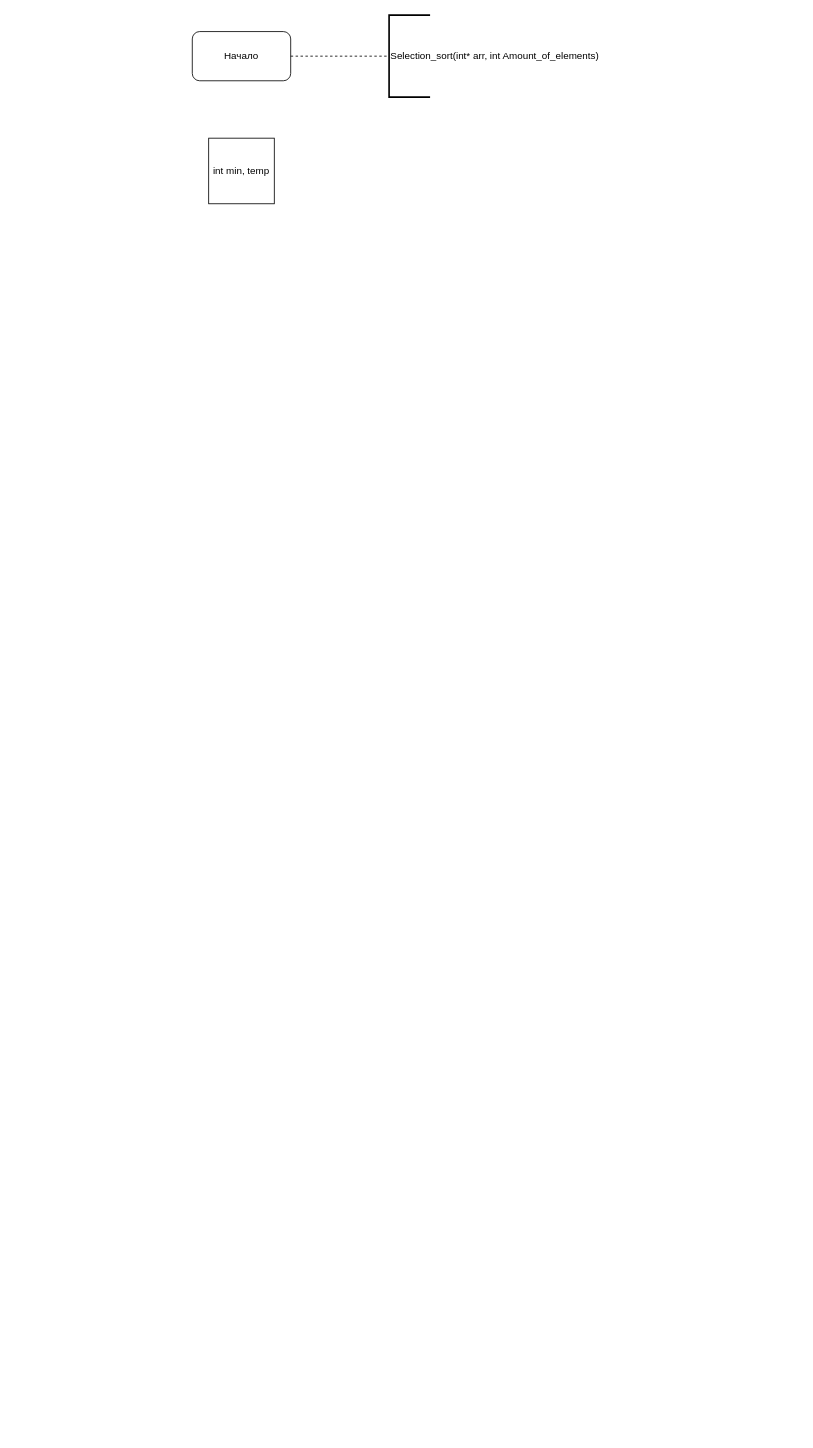
The draw.io diagram Untitled Diagram.drawio in khanhbg339/Logic_Thuat_toan, before the edit. Source tidied: cells renumbered, new cells numbered last; positions are measured from the earlier drawing's top-left corner, leaving out a move shared by most shapes. Both pictures are drawn from the tidied source at 82%, with x=0, y=0 at pixel (192, 15).
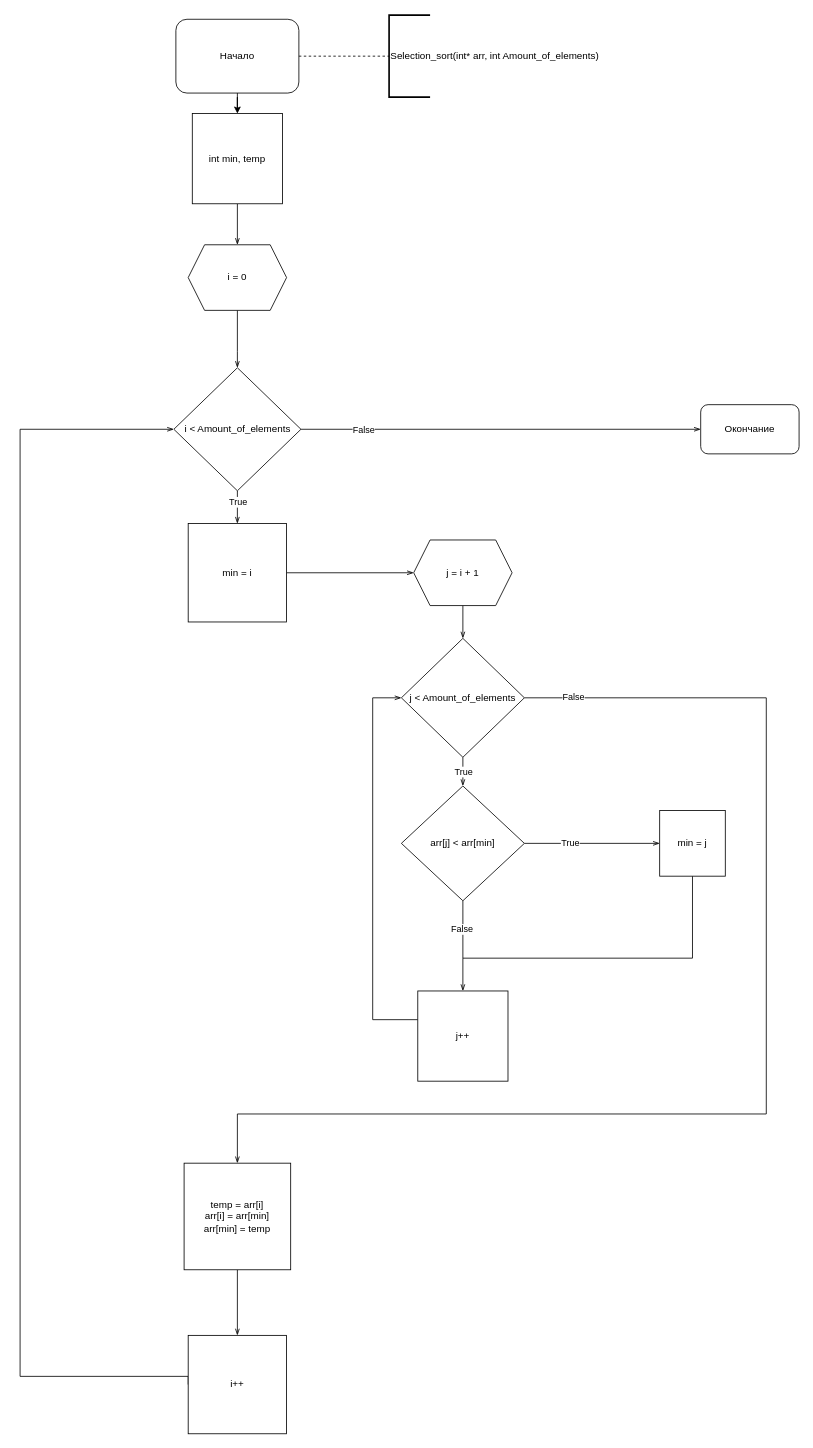
After the change.

What changed in the source:
```diff
@@
+    <mxCell id="6" style="edgeStyle=orthogonalEdgeStyle;rounded=0;jettySize=auto;html=1;" parent="1" edge="1" source="2" target="5">
+      <mxGeometry relative="1" as="geometry" />
+    </mxCell>
     <mxCell id="2" value="Начало" style="rounded=1;whiteSpace=wrap;html=1;" parent="1" vertex="1">
-      <mxGeometry y="20" width="120" height="60" as="geometry" />
+      <mxGeometry x="-20" y="5" width="150" height="90" as="geometry" />
     </mxCell>
@@
+    <mxCell id="7" style="edgeStyle=orthogonalEdgeStyle;rounded=0;jettySize=auto;html=1;exitX=0.5;exitY=1;exitDx=0;exitDy=0;entryX=0.5;entryY=0;entryDx=0;entryDy=0;endArrow=openThin;endFill=0;" parent="1" edge="1" source="5" target="18">
+      <mxGeometry relative="1" as="geometry" />
+    </mxCell>
     <mxCell id="5" value="int min, temp" style="whiteSpace=wrap;html=1;" parent="1" vertex="1">
-      <mxGeometry x="20" y="150" width="80" height="80" as="geometry" />
+      <mxGeometry y="120" width="110" height="110" as="geometry" />
     </mxCell>
+    <mxCell id="8" style="edgeStyle=orthogonalEdgeStyle;rounded=0;jettySize=auto;html=1;exitX=1;exitY=0.5;exitDx=0;exitDy=0;startArrow=none;startFill=0;endArrow=openThin;endFill=0;" parent="1" edge="1" source="12" target="37">
+      <mxGeometry relative="1" as="geometry" />
+    </mxCell>
+    <mxCell id="9" value="False" style="edgeLabel;html=1;align=center;verticalAlign=middle;" parent="8" vertex="1">
+      <mxGeometry x="-0.71" y="-3" relative="1" as="geometry">
+        <mxPoint x="5" y="-3" as="offset" />
+      </mxGeometry>
+    </mxCell>
+    <mxCell id="10" style="edgeStyle=orthogonalEdgeStyle;rounded=0;jettySize=auto;html=1;startArrow=none;startFill=0;endArrow=openThin;endFill=0;" parent="1" edge="1" source="12" target="14">
+      <mxGeometry relative="1" as="geometry">
+        <Array as="points">
+          <mxPoint x="55" y="600" />
+          <mxPoint x="55" y="600" />
+        </Array>
+      </mxGeometry>
+    </mxCell>
+    <mxCell id="11" value="True" style="edgeLabel;html=1;align=center;verticalAlign=middle;" parent="10" vertex="1">
+      <mxGeometry x="-0.29" y="-1" relative="1" as="geometry">
+        <mxPoint x="1" y="-1" as="offset" />
+      </mxGeometry>
+    </mxCell>
+    <mxCell id="12" value="i &amp;lt; Amount_of_elements" style="rhombus;whiteSpace=wrap;html=1;" parent="1" vertex="1">
+      <mxGeometry x="-22.5" y="430" width="155" height="150" as="geometry" />
+    </mxCell>
+    <mxCell id="13" style="edgeStyle=orthogonalEdgeStyle;rounded=0;jettySize=auto;html=1;startArrow=none;startFill=0;endArrow=openThin;endFill=0;" parent="1" edge="1" source="14" target="20">
+      <mxGeometry relative="1" as="geometry" />
+    </mxCell>
+    <mxCell id="14" value="min = i" style="whiteSpace=wrap;html=1;" parent="1" vertex="1">
+      <mxGeometry x="-5" y="620" width="120" height="120" as="geometry" />
+    </mxCell>
+    <mxCell id="15" style="edgeStyle=orthogonalEdgeStyle;rounded=0;jettySize=auto;html=1;entryX=0;entryY=0.5;entryDx=0;entryDy=0;startArrow=none;startFill=0;endArrow=openThin;endFill=0;exitX=0;exitY=0.5;exitDx=0;exitDy=0;" parent="1" edge="1" source="16" target="12">
+      <mxGeometry relative="1" as="geometry">
+        <Array as="points">
+          <mxPoint x="-210" y="1660" />
+          <mxPoint x="-210" y="505" />
+        </Array>
+      </mxGeometry>
+    </mxCell>
+    <mxCell id="16" value="i++" style="whiteSpace=wrap;html=1;" parent="1" vertex="1">
+      <mxGeometry x="-5" y="1610" width="120" height="120" as="geometry" />
+    </mxCell>
+    <mxCell id="17" style="edgeStyle=orthogonalEdgeStyle;rounded=0;jettySize=auto;html=1;exitX=0.5;exitY=1;exitDx=0;exitDy=0;entryX=0.5;entryY=0;entryDx=0;entryDy=0;endArrow=openThin;endFill=0;" parent="1" edge="1" source="18" target="12">
+      <mxGeometry relative="1" as="geometry">
+        <Array as="points">
+          <mxPoint x="55" y="410" />
+          <mxPoint x="55" y="410" />
+        </Array>
+      </mxGeometry>
+    </mxCell>
+    <mxCell id="18" value="i = 0" style="shape=hexagon;perimeter=hexagonPerimeter2;whiteSpace=wrap;html=1;fixedSize=1;" parent="1" vertex="1">
+      <mxGeometry x="-5" y="280" width="120" height="80" as="geometry" />
+    </mxCell>
+    <mxCell id="19" style="edgeStyle=orthogonalEdgeStyle;rounded=0;jettySize=auto;html=1;startArrow=none;startFill=0;endArrow=openThin;endFill=0;" parent="1" edge="1" source="20" target="25">
+      <mxGeometry relative="1" as="geometry" />
+    </mxCell>
+    <mxCell id="20" value="j = i + 1" style="shape=hexagon;perimeter=hexagonPerimeter2;whiteSpace=wrap;html=1;fixedSize=1;" parent="1" vertex="1">
+      <mxGeometry x="270" y="640" width="120" height="80" as="geometry" />
+    </mxCell>
+    <mxCell id="21" style="edgeStyle=orthogonalEdgeStyle;rounded=0;jettySize=auto;html=1;startArrow=none;startFill=0;endArrow=openThin;endFill=0;" parent="1" edge="1" source="25" target="30">
+      <mxGeometry relative="1" as="geometry" />
+    </mxCell>
+    <mxCell id="22" value="True" style="edgeLabel;html=1;align=center;verticalAlign=middle;" parent="21" vertex="1">
+      <mxGeometry x="-0.24" relative="1" as="geometry" />
+    </mxCell>
+    <mxCell id="23" style="edgeStyle=orthogonalEdgeStyle;rounded=0;jettySize=auto;html=1;exitX=1;exitY=0.5;exitDx=0;exitDy=0;entryX=0.5;entryY=0;entryDx=0;entryDy=0;startArrow=none;startFill=0;endArrow=openThin;endFill=0;" parent="1" edge="1" source="25" target="36">
+      <mxGeometry relative="1" as="geometry">
+        <Array as="points">
+          <mxPoint x="700" y="833" />
+          <mxPoint x="700" y="1340" />
+          <mxPoint x="55" y="1340" />
+        </Array>
+      </mxGeometry>
+    </mxCell>
+    <mxCell id="24" value="False" style="edgeLabel;html=1;align=center;verticalAlign=middle;" parent="23" vertex="1">
+      <mxGeometry x="-0.92" y="1" relative="1" as="geometry">
+        <mxPoint x="-1" as="offset" />
+      </mxGeometry>
+    </mxCell>
+    <mxCell id="25" value="j &amp;lt; Amount_of_elements" style="rhombus;whiteSpace=wrap;html=1;" parent="1" vertex="1">
+      <mxGeometry x="255" y="760" width="150" height="145" as="geometry" />
+    </mxCell>
+    <mxCell id="26" style="edgeStyle=orthogonalEdgeStyle;rounded=0;jettySize=auto;html=1;startArrow=none;startFill=0;endArrow=openThin;endFill=0;" parent="1" edge="1" source="30" target="32">
+      <mxGeometry relative="1" as="geometry">
+        <Array as="points">
+          <mxPoint x="330" y="1150" />
+          <mxPoint x="330" y="1150" />
+        </Array>
+      </mxGeometry>
+    </mxCell>
+    <mxCell id="27" value="False" style="edgeLabel;html=1;align=center;verticalAlign=middle;" parent="26" vertex="1">
+      <mxGeometry x="-0.38" y="-2" relative="1" as="geometry" />
+    </mxCell>
+    <mxCell id="28" style="edgeStyle=orthogonalEdgeStyle;rounded=0;jettySize=auto;html=1;startArrow=none;startFill=0;endArrow=openThin;endFill=0;" parent="1" edge="1" source="30" target="34">
+      <mxGeometry relative="1" as="geometry" />
+    </mxCell>
+    <mxCell id="29" value="True" style="edgeLabel;html=1;align=center;verticalAlign=middle;" parent="28" vertex="1">
+      <mxGeometry x="-0.33" y="1" relative="1" as="geometry" />
+    </mxCell>
+    <mxCell id="30" value="arr[j] &amp;lt; arr[min]" style="rhombus;whiteSpace=wrap;html=1;" parent="1" vertex="1">
+      <mxGeometry x="255" y="940" width="150" height="140" as="geometry" />
+    </mxCell>
+    <mxCell id="31" style="edgeStyle=orthogonalEdgeStyle;rounded=0;jettySize=auto;html=1;entryX=0;entryY=0.5;entryDx=0;entryDy=0;startArrow=none;startFill=0;endArrow=openThin;endFill=0;" parent="1" edge="1" source="32" target="25">
+      <mxGeometry relative="1" as="geometry">
+        <Array as="points">
+          <mxPoint x="220" y="1225" />
+          <mxPoint x="220" y="833" />
+        </Array>
+      </mxGeometry>
+    </mxCell>
+    <mxCell id="32" value="j++" style="whiteSpace=wrap;html=1;" parent="1" vertex="1">
+      <mxGeometry x="275" y="1190" width="110" height="110" as="geometry" />
+    </mxCell>
+    <mxCell id="33" style="edgeStyle=orthogonalEdgeStyle;rounded=0;jettySize=auto;html=1;exitX=0.5;exitY=1;exitDx=0;exitDy=0;startArrow=none;startFill=0;endArrow=none;endFill=0;" parent="1" edge="1" source="34">
+      <mxGeometry relative="1" as="geometry">
+        <mxPoint x="330" y="1150" as="targetPoint" />
+        <Array as="points">
+          <mxPoint x="610" y="1150" />
+          <mxPoint x="330" y="1150" />
+        </Array>
+      </mxGeometry>
+    </mxCell>
+    <mxCell id="34" value="min = j" style="whiteSpace=wrap;html=1;" parent="1" vertex="1">
+      <mxGeometry x="570" y="970" width="80" height="80" as="geometry" />
+    </mxCell>
+    <mxCell id="35" style="edgeStyle=orthogonalEdgeStyle;rounded=0;jettySize=auto;html=1;startArrow=none;startFill=0;endArrow=openThin;endFill=0;" parent="1" edge="1" source="36" target="16">
+      <mxGeometry relative="1" as="geometry" />
+    </mxCell>
+    <mxCell id="36" value="temp = arr[i]&lt;br&gt;arr[i] = arr[min]&lt;br&gt;arr[min] = temp" style="whiteSpace=wrap;html=1;" parent="1" vertex="1">
+      <mxGeometry x="-10" y="1400" width="130" height="130" as="geometry" />
+    </mxCell>
+    <mxCell id="37" value="Окончание" style="rounded=1;whiteSpace=wrap;html=1;" parent="1" vertex="1">
+      <mxGeometry x="620" y="475" width="120" height="60" as="geometry" />
+    </mxCell>
```
